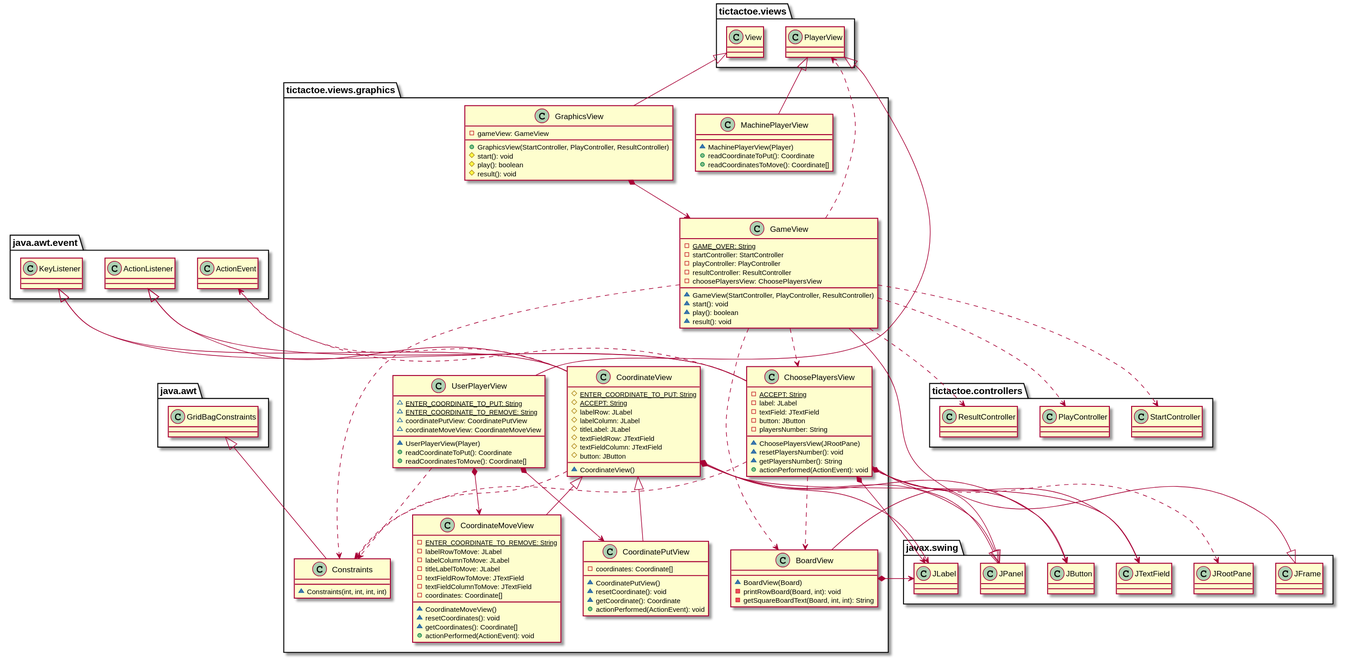
Above: docs/build/docs/asciidoc/images/tictactoeViewsGraphicsVersion5.svg in x-USantaTecla-game-ticTacToe/java (PlantUML), before the change.
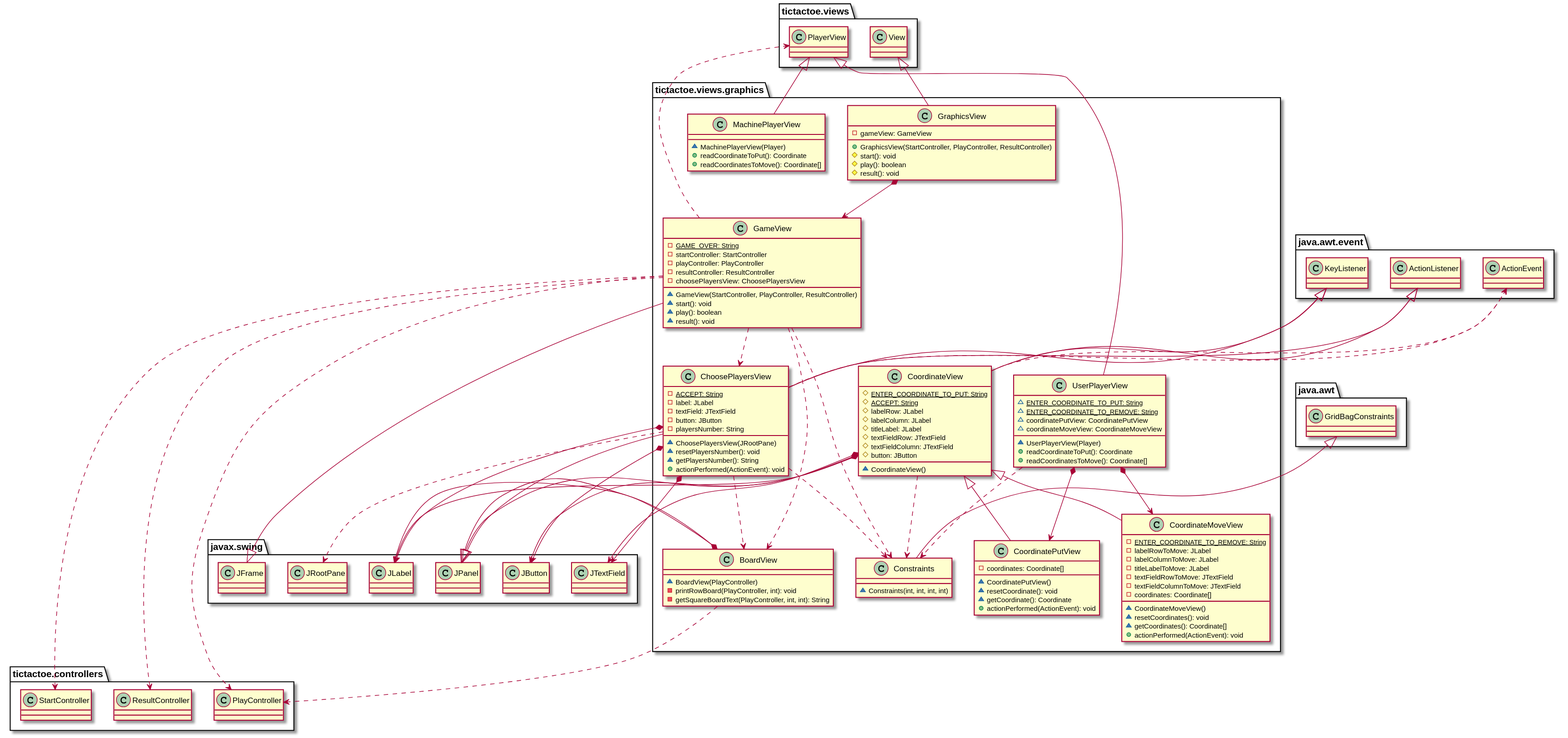
Later version of the same file.

What changed in the source:
```diff
@@ -1,13 +1,13 @@
 @startuml
 
 class  tictactoe.views.graphics.BoardView{
-~ BoardView(Board)
-- printRowBoard(Board, int): void
-- getSquareBoardText(Board, int, int): String
+~ BoardView(PlayController)
+- printRowBoard(PlayController, int): void
+- getSquareBoardText(PlayController, int, int): String
 }
 javax.swing.JPanel <|-down- tictactoe.views.graphics.BoardView
 tictactoe.views.graphics.BoardView *-down-> javax.swing.JLabel
-tictactoe.views.graphics.ChoosePlayersView ..> tictactoe.views.graphics.BoardView
+tictactoe.views.graphics.BoardView ..> tictactoe.controllers.PlayController
 
 class  tictactoe.views.graphics.ChoosePlayersView{
 - {static} ACCEPT: String
@@ -29,6 +29,7 @@
 tictactoe.views.graphics.ChoosePlayersView ..> javax.swing.JRootPane
 tictactoe.views.graphics.ChoosePlayersView ..> java.awt.event.ActionEvent
 tictactoe.views.graphics.ChoosePlayersView ..> tictactoe.views.graphics.Constraints
+tictactoe.views.graphics.ChoosePlayersView ..> tictactoe.views.graphics.BoardView
 
 class  tictactoe.views.graphics.Constraints{
 ~ Constraints(int, int, int, int)
```
